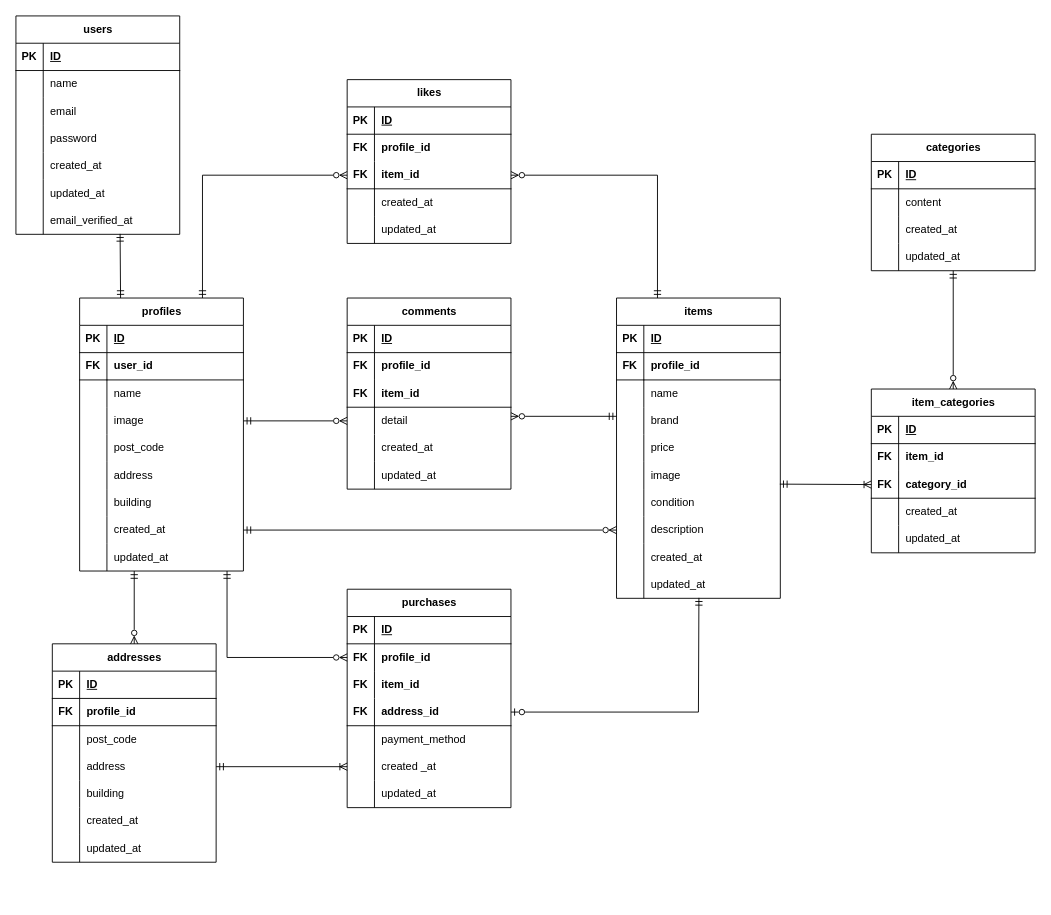
Earlier version of the draw.io diagram flea-market.dio (ri0921/flea-market). Source tidied: cells renumbered, new cells numbered last; positions are measured from the earlier drawing's top-left corner, leaving out a move shared by most shapes. Both pictures are drawn from the tidied source at 91%, with x=0, y=0 at pixel (15, 15).
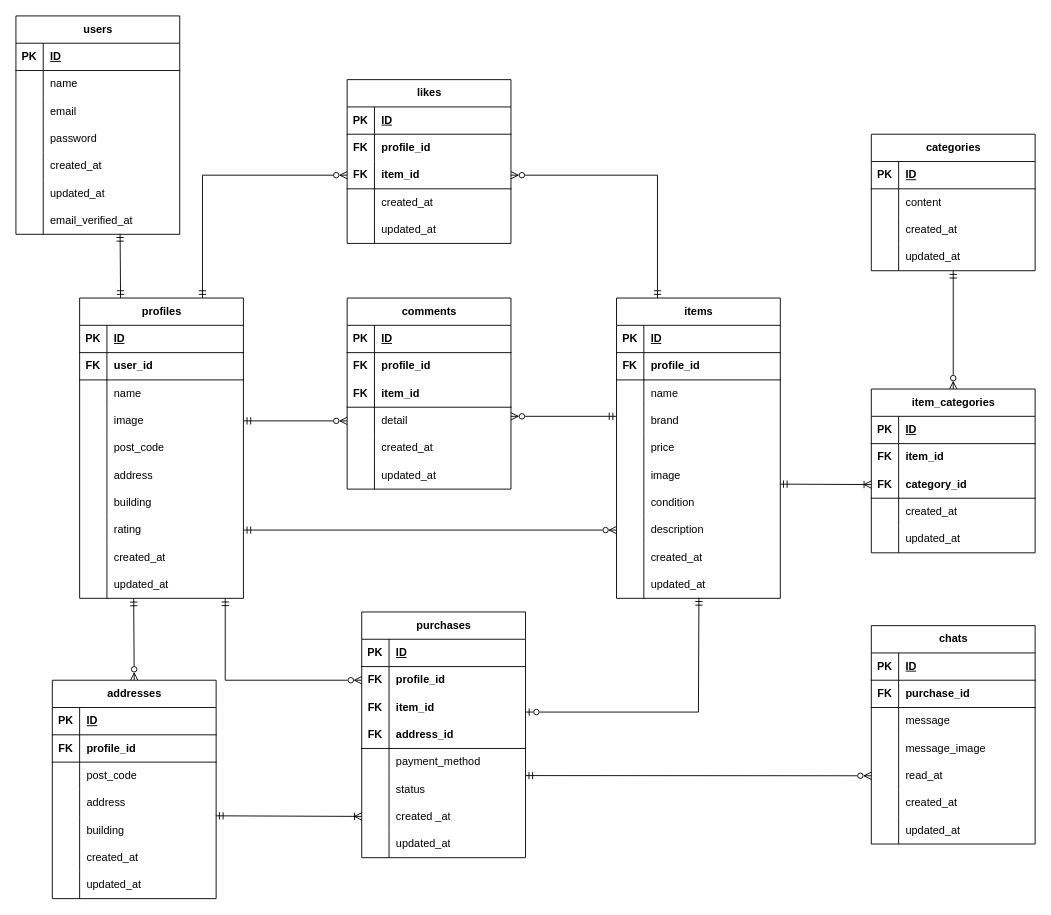
Above is the later version.

Unchanged cells that the change refers to:
```xml
<mxCell id="88" style="shape=tableRow;horizontal=0;startSize=0;swimlaneHead=0;swimlaneBody=0;fillColor=none;points=[[0,0.5],[1,0.5]];portConstraint=eastwest;top=0;left=0;right=0;bottom=0;" parent="66" vertex="1">
  <mxGeometry y="240" width="180" height="30" as="geometry" />
</mxCell>
<mxCell id="94" style="shape=tableRow;horizontal=0;startSize=0;swimlaneHead=0;swimlaneBody=0;fillColor=none;points=[[0,0.5],[1,0.5]];portConstraint=eastwest;top=0;left=0;right=0;bottom=0;" parent="66" vertex="1">
  <mxGeometry y="300" width="180" height="30" as="geometry" />
</mxCell>
<mxCell id="101" style="shape=tableRow;horizontal=0;startSize=0;swimlaneHead=0;swimlaneBody=0;fillColor=none;points=[[0,0.5],[1,0.5]];portConstraint=eastwest;top=0;left=0;right=0;bottom=0;" parent="97" vertex="1">
  <mxGeometry y="60" width="180" height="30" as="geometry" />
</mxCell>
<mxCell id="107" style="shape=tableRow;horizontal=0;startSize=0;swimlaneHead=0;swimlaneBody=0;fillColor=none;points=[[0,0.5],[1,0.5]];portConstraint=eastwest;top=0;left=0;right=0;bottom=0;" parent="97" vertex="1">
  <mxGeometry y="120" width="180" height="30" as="geometry" />
</mxCell>
<mxCell id="172" style="shape=tableRow;horizontal=0;startSize=0;swimlaneHead=0;swimlaneBody=0;fillColor=none;points=[[0,0.5],[1,0.5]];portConstraint=eastwest;top=0;left=0;right=0;bottom=0;" parent="162" vertex="1">
  <mxGeometry y="120" width="180" height="30" as="geometry" />
</mxCell>
```

Change to the diagram source:
```diff
@@
     <mxCell id="3" value="profiles" style="shape=table;startSize=30;childLayout=tableLayout;rowLines=0;fontStyle=1;align=center;html=1;" parent="1" vertex="1">
-      <mxGeometry x="70" y="310" width="180" height="300" as="geometry" />
+      <mxGeometry x="70" y="310" width="180" height="330" as="geometry" />
     </mxCell>
@@
+    <mxCell id="205" style="shape=tableRow;horizontal=0;startSize=0;swimlaneHead=0;swimlaneBody=0;fillColor=none;points=[[0,0.5],[1,0.5]];portConstraint=eastwest;top=0;left=0;right=0;bottom=0;" parent="3" vertex="1">
+      <mxGeometry y="240" width="180" height="30" as="geometry" />
+    </mxCell>
+    <mxCell id="206" style="shape=partialRectangle;fillColor=none;top=0;left=0;bottom=0;right=0;overflow=hidden;whiteSpace=wrap;html=1;" parent="205" vertex="1">
+      <mxGeometry width="30" height="30" as="geometry" />
+    </mxCell>
+    <mxCell id="207" value="rating" style="shape=partialRectangle;fillColor=none;top=0;left=0;bottom=0;right=0;align=left;spacingLeft=6;overflow=hidden;whiteSpace=wrap;html=1;" parent="205" vertex="1">
+      <mxGeometry x="30" width="150" height="30" as="geometry" />
+    </mxCell>
     <mxCell id="25" style="shape=tableRow;horizontal=0;startSize=0;swimlaneHead=0;swimlaneBody=0;fillColor=none;points=[[0,0.5],[1,0.5]];portConstraint=eastwest;top=0;left=0;right=0;bottom=0;" parent="3" vertex="1">
-      <mxGeometry y="240" width="180" height="30" as="geometry" />
+      <mxGeometry y="270" width="180" height="30" as="geometry" />
     </mxCell>
@@
     <mxCell id="28" style="shape=tableRow;horizontal=0;startSize=0;swimlaneHead=0;swimlaneBody=0;fillColor=none;points=[[0,0.5],[1,0.5]];portConstraint=eastwest;top=0;left=0;right=0;bottom=0;" parent="3" vertex="1">
-      <mxGeometry y="270" width="180" height="30" as="geometry" />
+      <mxGeometry y="300" width="180" height="30" as="geometry" />
     </mxCell>
@@
     <mxCell id="97" value="purchases" style="shape=table;startSize=30;childLayout=tableLayout;rowLines=0;fontStyle=1;align=center;html=1;" parent="1" vertex="1">
-      <mxGeometry x="364" y="630" width="180" height="240" as="geometry" />
+      <mxGeometry x="380" y="655" width="180" height="270" as="geometry" />
     </mxCell>
@@
+    <mxCell id="208" style="shape=tableRow;horizontal=0;startSize=0;swimlaneHead=0;swimlaneBody=0;fillColor=none;points=[[0,0.5],[1,0.5]];portConstraint=eastwest;top=0;left=0;right=0;bottom=0;" parent="97" vertex="1">
+      <mxGeometry y="180" width="180" height="30" as="geometry" />
+    </mxCell>
+    <mxCell id="209" style="shape=partialRectangle;fillColor=none;top=0;left=0;bottom=0;right=0;overflow=hidden;whiteSpace=wrap;html=1;" parent="208" vertex="1">
+      <mxGeometry width="30" height="30" as="geometry" />
+    </mxCell>
+    <mxCell id="210" value="status" style="shape=partialRectangle;fillColor=none;top=0;left=0;bottom=0;right=0;align=left;spacingLeft=6;overflow=hidden;whiteSpace=wrap;html=1;" parent="208" vertex="1">
+      <mxGeometry x="30" width="150" height="30" as="geometry" />
+    </mxCell>
     <mxCell id="113" style="shape=tableRow;horizontal=0;startSize=0;swimlaneHead=0;swimlaneBody=0;fillColor=none;points=[[0,0.5],[1,0.5]];portConstraint=eastwest;top=0;left=0;right=0;bottom=0;" parent="97" vertex="1">
-      <mxGeometry y="180" width="180" height="30" as="geometry" />
+      <mxGeometry y="210" width="180" height="30" as="geometry" />
     </mxCell>
@@
     <mxCell id="116" style="shape=tableRow;horizontal=0;startSize=0;swimlaneHead=0;swimlaneBody=0;fillColor=none;top=0;left=0;right=0;bottom=0;" parent="97" vertex="1">
-      <mxGeometry y="210" width="180" height="30" as="geometry" />
+      <mxGeometry y="240" width="180" height="30" as="geometry" />
     </mxCell>
@@
     <mxCell id="136" style="edgeStyle=none;html=1;exitX=0;exitY=0.5;exitDx=0;exitDy=0;rounded=0;curved=0;startArrow=ERzeroToMany;startFill=0;endArrow=ERmandOne;endFill=0;" parent="1" edge="1" source="101">
       <mxGeometry relative="1" as="geometry">
-        <mxPoint x="232" y="610" as="targetPoint" />
+        <mxPoint x="230" y="640" as="targetPoint" />
         <Array as="points">
-          <mxPoint x="232" y="705" />
+          <mxPoint x="230" y="730" />
         </Array>
       </mxGeometry>
     </mxCell>
-    <mxCell id="137" style="edgeStyle=none;html=1;rounded=0;curved=0;endArrow=ERmandOne;endFill=0;startArrow=ERzeroToOne;startFill=0;exitX=1;exitY=0.5;exitDx=0;exitDy=0;entryX=0.503;entryY=0.983;entryDx=0;entryDy=0;entryPerimeter=0;" parent="1" edge="1" source="107" target="94">
+    <mxCell id="137" style="edgeStyle=none;html=1;rounded=0;curved=0;endArrow=ERmandOne;endFill=0;startArrow=ERzeroToOne;startFill=0;entryX=0.503;entryY=0.983;entryDx=0;entryDy=0;entryPerimeter=0;" parent="1" edge="1" target="94">
       <mxGeometry relative="1" as="geometry">
+        <mxPoint x="560" y="765" as="sourcePoint" />
         <Array as="points">
           <mxPoint x="750" y="765" />
         </Array>
       </mxGeometry>
     </mxCell>
-    <mxCell id="138" style="edgeStyle=none;html=1;exitX=1;exitY=0.5;exitDx=0;exitDy=0;entryX=0;entryY=0.5;entryDx=0;entryDy=0;rounded=0;curved=0;startArrow=ERmandOne;startFill=0;endArrow=ERzeroToMany;endFill=0;" parent="1" edge="1" source="25" target="88">
+    <mxCell id="138" style="edgeStyle=none;html=1;exitX=1;exitY=0.5;exitDx=0;exitDy=0;entryX=0;entryY=0.5;entryDx=0;entryDy=0;rounded=0;curved=0;startArrow=ERmandOne;startFill=0;endArrow=ERzeroToMany;endFill=0;" parent="1" edge="1" source="205" target="88">
       <mxGeometry relative="1" as="geometry" />
     </mxCell>
@@
     <mxCell id="162" value="addresses" style="shape=table;startSize=30;childLayout=tableLayout;rowLines=0;fontStyle=1;align=center;html=1;" parent="1" vertex="1">
-      <mxGeometry x="40" y="690" width="180" height="240" as="geometry" />
+      <mxGeometry x="40" y="730" width="180" height="240" as="geometry" />
     </mxCell>
@@
-    <mxCell id="185" style="edgeStyle=none;html=1;exitX=0.5;exitY=0;exitDx=0;exitDy=0;startArrow=ERzeroToMany;startFill=0;endArrow=ERmandOne;endFill=0;" parent="1" edge="1" source="162">
-      <mxGeometry relative="1" as="geometry">
-        <mxPoint x="130" y="610" as="targetPoint" />
-      </mxGeometry>
+    <mxCell id="185" style="edgeStyle=none;html=1;exitX=0.5;exitY=0;exitDx=0;exitDy=0;startArrow=ERzeroToMany;startFill=0;endArrow=ERmandOne;endFill=0;entryX=0.33;entryY=1.005;entryDx=0;entryDy=0;entryPerimeter=0;" parent="1" edge="1" source="162" target="28">
+      <mxGeometry relative="1" as="geometry" />
     </mxCell>
@@
-    <mxCell id="204" style="edgeStyle=none;html=1;exitX=1;exitY=0.5;exitDx=0;exitDy=0;rounded=0;curved=0;startArrow=ERmandOne;startFill=0;endArrow=ERoneToMany;endFill=0;" parent="1" edge="1" source="172" target="113">
+    <mxCell id="204" style="edgeStyle=none;html=1;exitX=0.998;exitY=0.967;exitDx=0;exitDy=0;rounded=0;curved=0;startArrow=ERmandOne;startFill=0;endArrow=ERoneToMany;endFill=0;exitPerimeter=0;" parent="1" edge="1" source="172" target="113">
       <mxGeometry relative="1" as="geometry" />
     </mxCell>
+    <mxCell id="211" value="chats" style="shape=table;startSize=30;childLayout=tableLayout;rowLines=0;fontStyle=1;align=center;html=1;" parent="1" vertex="1">
+      <mxGeometry x="940" y="670" width="180" height="240" as="geometry" />
+    </mxCell>
+    <mxCell id="212" style="shape=tableRow;horizontal=0;startSize=0;swimlaneHead=0;swimlaneBody=0;fillColor=none;top=0;left=0;right=0;bottom=1;" parent="211" vertex="1">
+      <mxGeometry y="30" width="180" height="30" as="geometry" />
+    </mxCell>
+    <mxCell id="213" value="PK" style="shape=partialRectangle;fillColor=none;top=0;left=0;bottom=0;right=0;fontStyle=1;overflow=hidden;whiteSpace=wrap;html=1;" parent="212" vertex="1">
+      <mxGeometry width="30" height="30" as="geometry" />
+    </mxCell>
+    <mxCell id="214" value="ID" style="shape=partialRectangle;fillColor=none;top=0;left=0;bottom=0;right=0;align=left;spacingLeft=6;fontStyle=5;overflow=hidden;whiteSpace=wrap;html=1;" parent="212" vertex="1">
+      <mxGeometry x="30" width="150" height="30" as="geometry" />
+    </mxCell>
+    <mxCell id="215" style="shape=tableRow;horizontal=0;startSize=0;swimlaneHead=0;swimlaneBody=0;fillColor=none;top=0;left=0;right=0;bottom=1;fontStyle=1;" parent="211" vertex="1">
+      <mxGeometry y="60" width="180" height="30" as="geometry" />
+    </mxCell>
+    <mxCell id="216" value="&lt;b&gt;FK&lt;/b&gt;" style="shape=partialRectangle;fillColor=none;top=0;left=0;bottom=0;right=0;overflow=hidden;whiteSpace=wrap;html=1;" parent="215" vertex="1">
+      <mxGeometry width="30" height="30" as="geometry" />
+    </mxCell>
+    <mxCell id="217" value="&lt;b&gt;purchase_id&lt;/b&gt;" style="shape=partialRectangle;fillColor=none;top=0;left=0;bottom=0;right=0;align=left;spacingLeft=6;overflow=hidden;whiteSpace=wrap;html=1;" parent="215" vertex="1">
+      <mxGeometry x="30" width="150" height="30" as="geometry" />
+    </mxCell>
+    <mxCell id="218" style="shape=tableRow;horizontal=0;startSize=0;swimlaneHead=0;swimlaneBody=0;fillColor=none;top=0;left=0;right=0;bottom=0;" parent="211" vertex="1">
+      <mxGeometry y="90" width="180" height="30" as="geometry" />
+    </mxCell>
+    <mxCell id="219" style="shape=partialRectangle;fillColor=none;top=0;left=0;bottom=0;right=0;overflow=hidden;whiteSpace=wrap;html=1;" parent="218" vertex="1">
+      <mxGeometry width="30" height="30" as="geometry" />
+    </mxCell>
+    <mxCell id="220" value="message" style="shape=partialRectangle;fillColor=none;top=0;left=0;bottom=0;right=0;align=left;spacingLeft=6;overflow=hidden;whiteSpace=wrap;html=1;" parent="218" vertex="1">
+      <mxGeometry x="30" width="150" height="30" as="geometry" />
+    </mxCell>
+    <mxCell id="221" style="shape=tableRow;horizontal=0;startSize=0;swimlaneHead=0;swimlaneBody=0;fillColor=none;top=0;left=0;right=0;bottom=0;" parent="211" vertex="1">
+      <mxGeometry y="120" width="180" height="30" as="geometry" />
+    </mxCell>
+    <mxCell id="222" style="shape=partialRectangle;fillColor=none;top=0;left=0;bottom=0;right=0;overflow=hidden;whiteSpace=wrap;html=1;" parent="221" vertex="1">
+      <mxGeometry width="30" height="30" as="geometry" />
+    </mxCell>
+    <mxCell id="223" value="message_image" style="shape=partialRectangle;fillColor=none;top=0;left=0;bottom=0;right=0;align=left;spacingLeft=6;overflow=hidden;whiteSpace=wrap;html=1;" parent="221" vertex="1">
+      <mxGeometry x="30" width="150" height="30" as="geometry" />
+    </mxCell>
+    <mxCell id="224" style="shape=tableRow;horizontal=0;startSize=0;swimlaneHead=0;swimlaneBody=0;fillColor=none;points=[[0,0.5],[1,0.5]];portConstraint=eastwest;top=0;left=0;right=0;bottom=0;" parent="211" vertex="1">
+      <mxGeometry y="150" width="180" height="30" as="geometry" />
+    </mxCell>
+    <mxCell id="225" style="shape=partialRectangle;fillColor=none;top=0;left=0;bottom=0;right=0;overflow=hidden;whiteSpace=wrap;html=1;" parent="224" vertex="1">
+      <mxGeometry width="30" height="30" as="geometry" />
+    </mxCell>
+    <mxCell id="226" value="read_at" style="shape=partialRectangle;fillColor=none;top=0;left=0;bottom=0;right=0;align=left;spacingLeft=6;overflow=hidden;whiteSpace=wrap;html=1;" parent="224" vertex="1">
+      <mxGeometry x="30" width="150" height="30" as="geometry" />
+    </mxCell>
+    <mxCell id="227" style="shape=tableRow;horizontal=0;startSize=0;swimlaneHead=0;swimlaneBody=0;fillColor=none;top=0;left=0;right=0;bottom=0;" parent="211" vertex="1">
+      <mxGeometry y="180" width="180" height="30" as="geometry" />
+    </mxCell>
+    <mxCell id="228" style="shape=partialRectangle;fillColor=none;top=0;left=0;bottom=0;right=0;overflow=hidden;whiteSpace=wrap;html=1;" parent="227" vertex="1">
+      <mxGeometry width="30" height="30" as="geometry" />
+    </mxCell>
+    <mxCell id="229" value="created_at" style="shape=partialRectangle;fillColor=none;top=0;left=0;bottom=0;right=0;align=left;spacingLeft=6;overflow=hidden;whiteSpace=wrap;html=1;" parent="227" vertex="1">
+      <mxGeometry x="30" width="150" height="30" as="geometry" />
+    </mxCell>
+    <mxCell id="230" style="shape=tableRow;horizontal=0;startSize=0;swimlaneHead=0;swimlaneBody=0;fillColor=none;top=0;left=0;right=0;bottom=0;" parent="211" vertex="1">
+      <mxGeometry y="210" width="180" height="30" as="geometry" />
+    </mxCell>
+    <mxCell id="231" style="shape=partialRectangle;fillColor=none;top=0;left=0;bottom=0;right=0;overflow=hidden;whiteSpace=wrap;html=1;" parent="230" vertex="1">
+      <mxGeometry width="30" height="30" as="geometry" />
+    </mxCell>
+    <mxCell id="232" value="updated_at" style="shape=partialRectangle;fillColor=none;top=0;left=0;bottom=0;right=0;align=left;spacingLeft=6;overflow=hidden;whiteSpace=wrap;html=1;" parent="230" vertex="1">
+      <mxGeometry x="30" width="150" height="30" as="geometry" />
+    </mxCell>
+    <mxCell id="233" style="edgeStyle=none;html=1;exitX=0;exitY=0.5;exitDx=0;exitDy=0;startArrow=ERzeroToMany;startFill=0;endArrow=ERmandOne;endFill=0;entryX=0.999;entryY=-0.007;entryDx=0;entryDy=0;entryPerimeter=0;" parent="1" edge="1" source="224" target="208">
+      <mxGeometry relative="1" as="geometry" />
+    </mxCell>
```
